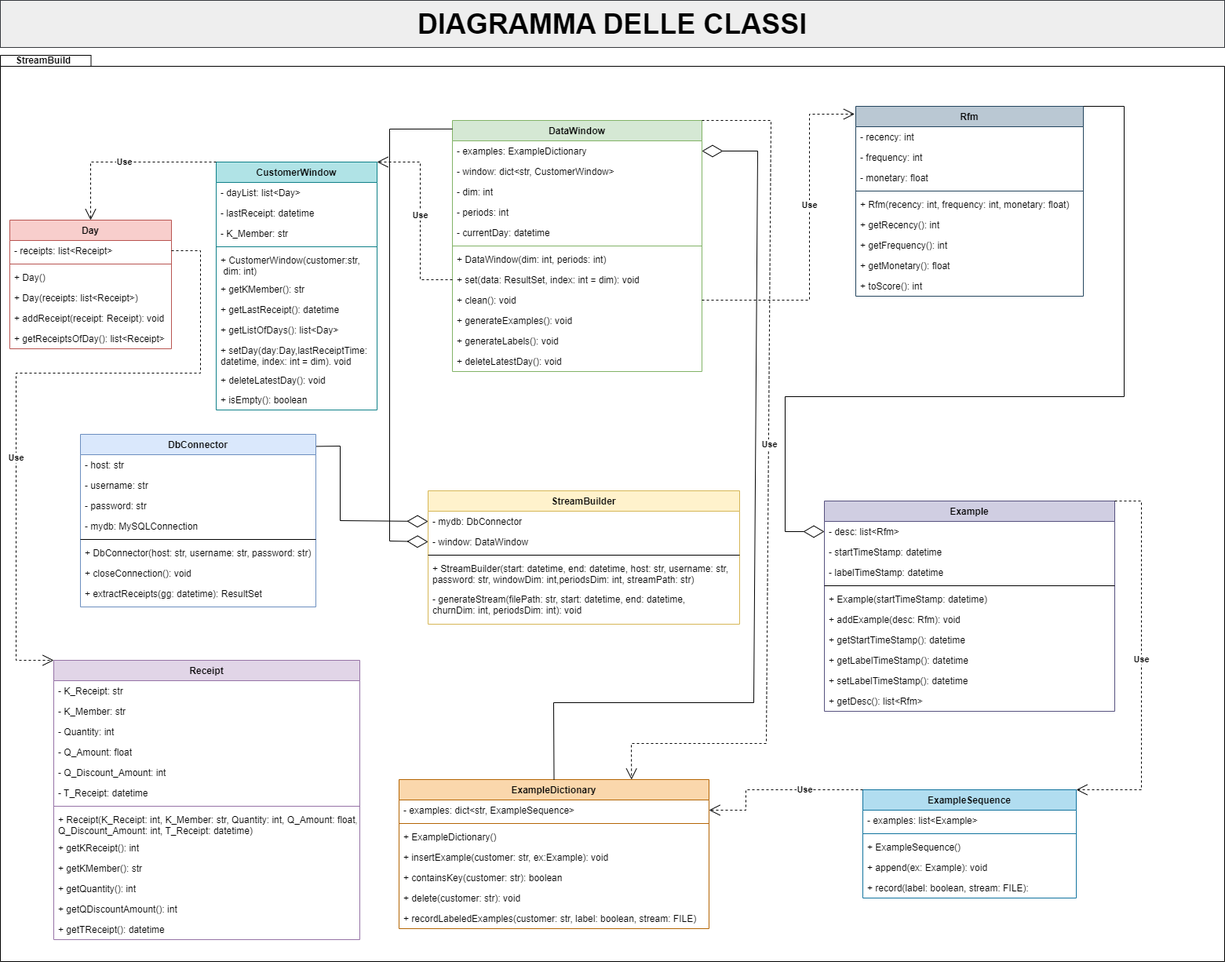
Above: resources/diagrams/Diagramma delle Classi.drawio.png in fralaw/rfm_stream_builder (draw.io), before the change. Source tidied: cells renumbered, new cells last; positions are measured from the earlier drawing's top-left corner, leaving out a move shared by most shapes.
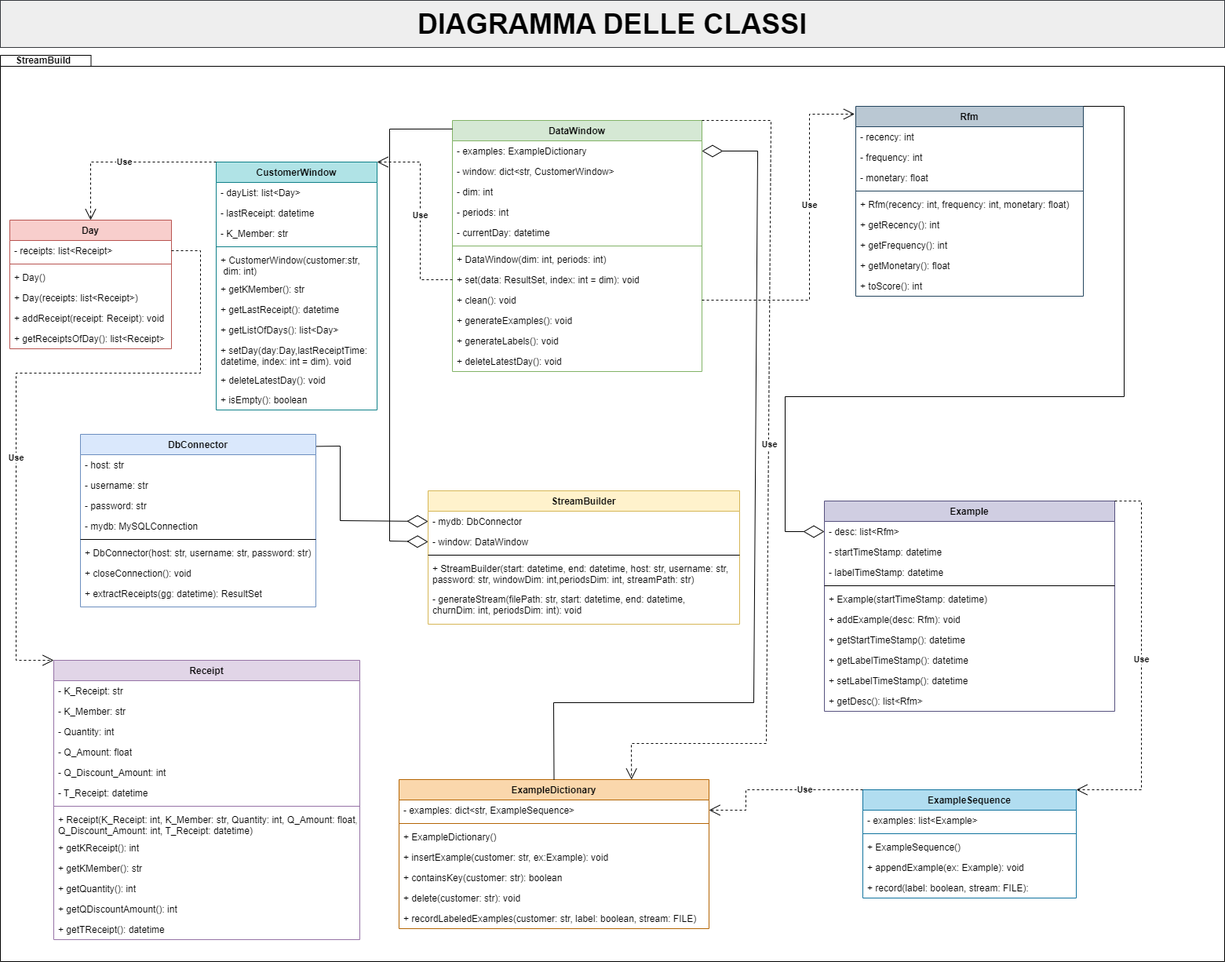
The same diagram one commit later.

Commit message:
cambiato nome su diagramma classi da append ad appendExample.

Diff of the diagram source:
```diff
@@ -194,7 +194,7 @@
     <mxCell id="65" value="+ ExampleSequence()" style="text;strokeColor=none;fillColor=none;align=left;verticalAlign=top;spacingLeft=4;spacingRight=4;overflow=hidden;" parent="62" vertex="1">
       <mxGeometry y="60" width="272" height="26" as="geometry" />
     </mxCell>
-    <mxCell id="66" value="+ append(ex: Example): void" style="text;strokeColor=none;fillColor=none;align=left;verticalAlign=top;spacingLeft=4;spacingRight=4;overflow=hidden;" parent="62" vertex="1">
+    <mxCell id="66" value="+ appendExample(ex: Example): void" style="text;strokeColor=none;fillColor=none;align=left;verticalAlign=top;spacingLeft=4;spacingRight=4;overflow=hidden;" parent="62" vertex="1">
       <mxGeometry y="86" width="272" height="26" as="geometry" />
     </mxCell>
     <mxCell id="67" value="+ record(label: boolean, stream: FILE):" style="text;strokeColor=none;fillColor=none;align=left;verticalAlign=top;spacingLeft=4;spacingRight=4;overflow=hidden;" parent="62" vertex="1">
```
